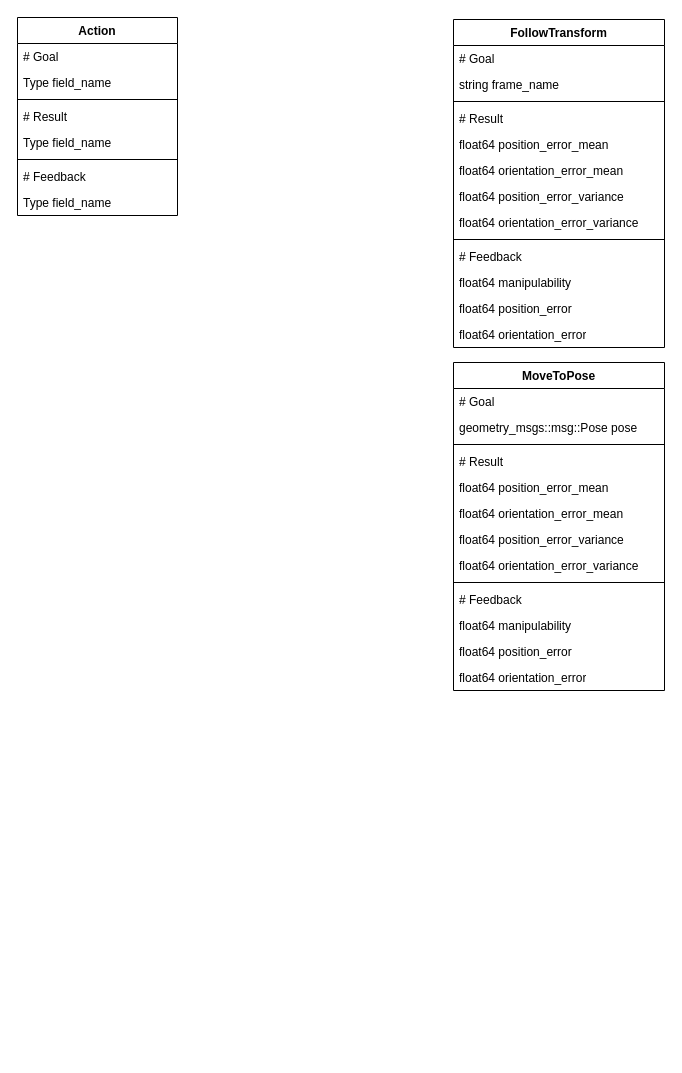
Before: Actions.drawio in Woolfrey/interface_serial_link, a draw.io diagram. Source tidied: cells renumbered, new cells numbered last; positions are measured from the earlier drawing's top-left corner, leaving out a move shared by most shapes. Both pictures are drawn from the tidied source at 100%, with x=0, y=0 at pixel (17, 17).
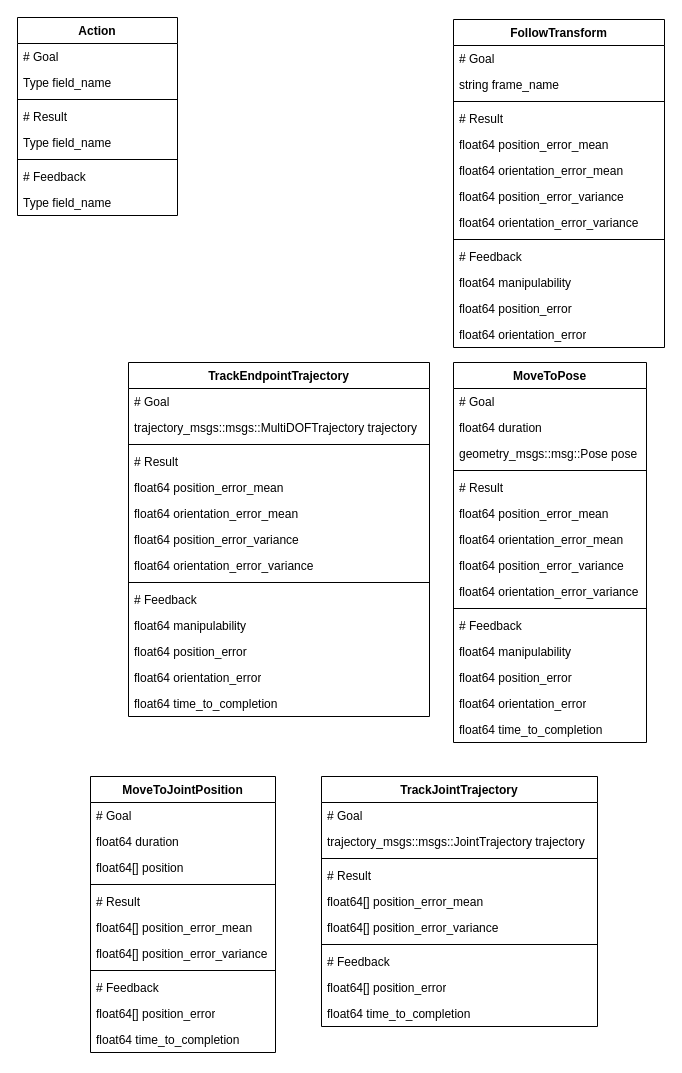
The same page after the edit.

Diff of the diagram source:
```diff
@@
     <mxCell id="25" value="MoveToPose" style="swimlane;fontStyle=1;align=center;verticalAlign=top;horizontal=1;startSize=26;whiteSpace=wrap;html=1;" parent="1" vertex="1">
-      <mxGeometry x="436" y="345" width="211" height="328" as="geometry" />
+      <mxGeometry x="436" y="345" width="193" height="380" as="geometry" />
     </mxCell>
     <mxCell id="26" value="&lt;div&gt;# Goal&lt;/div&gt;" style="text;strokeColor=none;fillColor=none;align=left;verticalAlign=top;spacingLeft=4;spacingRight=4;overflow=hidden;whiteSpace=wrap;html=1;" parent="25" vertex="1">
-      <mxGeometry y="26" width="211" height="26" as="geometry" />
+      <mxGeometry y="26" width="193" height="26" as="geometry" />
     </mxCell>
+    <mxCell id="39" value="float64 duration" style="text;strokeColor=none;fillColor=none;align=left;verticalAlign=top;spacingLeft=4;spacingRight=4;overflow=hidden;whiteSpace=wrap;html=1;" parent="25" vertex="1">
+      <mxGeometry y="52" width="193" height="26" as="geometry" />
+    </mxCell>
     <mxCell id="27" value="geometry_msgs::msg::Pose pose" style="text;strokeColor=none;fillColor=none;align=left;verticalAlign=top;spacingLeft=4;spacingRight=4;overflow=hidden;whiteSpace=wrap;html=1;" parent="25" vertex="1">
-      <mxGeometry y="52" width="211" height="26" as="geometry" />
+      <mxGeometry y="78" width="193" height="26" as="geometry" />
     </mxCell>
     <mxCell id="28" style="line;strokeWidth=1;fillColor=none;align=left;verticalAlign=middle;spacingTop=-1;spacingLeft=3;spacingRight=3;labelPosition=right;strokeColor=inherit;" parent="25" vertex="1">
-      <mxGeometry y="78" width="211" height="8" as="geometry" />
+      <mxGeometry y="104" width="193" height="8" as="geometry" />
     </mxCell>
     <mxCell id="29" value="# Result" style="text;strokeColor=none;fillColor=none;align=left;verticalAlign=top;spacingLeft=4;spacingRight=4;overflow=hidden;whiteSpace=wrap;html=1;" parent="25" vertex="1">
-      <mxGeometry y="86" width="211" height="26" as="geometry" />
+      <mxGeometry y="112" width="193" height="26" as="geometry" />
     </mxCell>
     <mxCell id="30" value="float64 position_error_mean" style="text;strokeColor=none;fillColor=none;align=left;verticalAlign=top;spacingLeft=4;spacingRight=4;overflow=hidden;whiteSpace=wrap;html=1;" parent="25" vertex="1">
-      <mxGeometry y="112" width="211" height="26" as="geometry" />
+      <mxGeometry y="138" width="193" height="26" as="geometry" />
     </mxCell>
     <mxCell id="31" value="float64 orientation_error_mean" style="text;strokeColor=none;fillColor=none;align=left;verticalAlign=top;spacingLeft=4;spacingRight=4;overflow=hidden;whiteSpace=wrap;html=1;" parent="25" vertex="1">
-      <mxGeometry y="138" width="211" height="26" as="geometry" />
+      <mxGeometry y="164" width="193" height="26" as="geometry" />
     </mxCell>
     <mxCell id="32" value="float64 position_error_variance" style="text;strokeColor=none;fillColor=none;align=left;verticalAlign=top;spacingLeft=4;spacingRight=4;overflow=hidden;whiteSpace=wrap;html=1;" parent="25" vertex="1">
-      <mxGeometry y="164" width="211" height="26" as="geometry" />
+      <mxGeometry y="190" width="193" height="26" as="geometry" />
     </mxCell>
     <mxCell id="33" value="float64 orientation_error_variance" style="text;strokeColor=none;fillColor=none;align=left;verticalAlign=top;spacingLeft=4;spacingRight=4;overflow=hidden;whiteSpace=wrap;html=1;" parent="25" vertex="1">
-      <mxGeometry y="190" width="211" height="26" as="geometry" />
+      <mxGeometry y="216" width="193" height="26" as="geometry" />
     </mxCell>
     <mxCell id="34" style="line;strokeWidth=1;fillColor=none;align=left;verticalAlign=middle;spacingTop=-1;spacingLeft=3;spacingRight=3;labelPosition=right;strokeColor=inherit;" parent="25" vertex="1">
-      <mxGeometry y="216" width="211" height="8" as="geometry" />
+      <mxGeometry y="242" width="193" height="8" as="geometry" />
     </mxCell>
     <mxCell id="35" value="# Feedback" style="text;strokeColor=none;fillColor=none;align=left;verticalAlign=top;spacingLeft=4;spacingRight=4;overflow=hidden;whiteSpace=wrap;html=1;" parent="25" vertex="1">
-      <mxGeometry y="224" width="211" height="26" as="geometry" />
+      <mxGeometry y="250" width="193" height="26" as="geometry" />
     </mxCell>
     <mxCell id="36" value="float64 manipulability" style="text;strokeColor=none;fillColor=none;align=left;verticalAlign=top;spacingLeft=4;spacingRight=4;overflow=hidden;whiteSpace=wrap;html=1;" parent="25" vertex="1">
-      <mxGeometry y="250" width="211" height="26" as="geometry" />
+      <mxGeometry y="276" width="193" height="26" as="geometry" />
     </mxCell>
     <mxCell id="37" value="float64 position_error" style="text;strokeColor=none;fillColor=none;align=left;verticalAlign=top;spacingLeft=4;spacingRight=4;overflow=hidden;whiteSpace=wrap;html=1;" parent="25" vertex="1">
-      <mxGeometry y="276" width="211" height="26" as="geometry" />
+      <mxGeometry y="302" width="193" height="26" as="geometry" />
     </mxCell>
     <mxCell id="38" value="float64 orientation_error" style="text;strokeColor=none;fillColor=none;align=left;verticalAlign=top;spacingLeft=4;spacingRight=4;overflow=hidden;whiteSpace=wrap;html=1;" parent="25" vertex="1">
-      <mxGeometry y="302" width="211" height="26" as="geometry" />
+      <mxGeometry y="328" width="193" height="26" as="geometry" />
     </mxCell>
+    <mxCell id="40" value="float64 time_to_completion" style="text;strokeColor=none;fillColor=none;align=left;verticalAlign=top;spacingLeft=4;spacingRight=4;overflow=hidden;whiteSpace=wrap;html=1;" parent="25" vertex="1">
+      <mxGeometry y="354" width="193" height="26" as="geometry" />
+    </mxCell>
+    <mxCell id="41" value="TrackEndpointTrajectory" style="swimlane;fontStyle=1;align=center;verticalAlign=top;horizontal=1;startSize=26;whiteSpace=wrap;html=1;" parent="1" vertex="1">
+      <mxGeometry x="111" y="345" width="301" height="354" as="geometry" />
+    </mxCell>
+    <mxCell id="42" value="&lt;div&gt;# Goal&lt;/div&gt;" style="text;strokeColor=none;fillColor=none;align=left;verticalAlign=top;spacingLeft=4;spacingRight=4;overflow=hidden;whiteSpace=wrap;html=1;" parent="41" vertex="1">
+      <mxGeometry y="26" width="301" height="26" as="geometry" />
+    </mxCell>
+    <mxCell id="43" value="trajectory_msgs::msgs::MultiDOFTrajectory trajectory" style="text;strokeColor=none;fillColor=none;align=left;verticalAlign=top;spacingLeft=4;spacingRight=4;overflow=hidden;whiteSpace=wrap;html=1;" parent="41" vertex="1">
+      <mxGeometry y="52" width="301" height="26" as="geometry" />
+    </mxCell>
+    <mxCell id="44" style="line;strokeWidth=1;fillColor=none;align=left;verticalAlign=middle;spacingTop=-1;spacingLeft=3;spacingRight=3;labelPosition=right;strokeColor=inherit;" parent="41" vertex="1">
+      <mxGeometry y="78" width="301" height="8" as="geometry" />
+    </mxCell>
+    <mxCell id="45" value="# Result" style="text;strokeColor=none;fillColor=none;align=left;verticalAlign=top;spacingLeft=4;spacingRight=4;overflow=hidden;whiteSpace=wrap;html=1;" parent="41" vertex="1">
+      <mxGeometry y="86" width="301" height="26" as="geometry" />
+    </mxCell>
+    <mxCell id="46" value="float64 position_error_mean" style="text;strokeColor=none;fillColor=none;align=left;verticalAlign=top;spacingLeft=4;spacingRight=4;overflow=hidden;whiteSpace=wrap;html=1;" parent="41" vertex="1">
+      <mxGeometry y="112" width="301" height="26" as="geometry" />
+    </mxCell>
+    <mxCell id="47" value="float64 orientation_error_mean" style="text;strokeColor=none;fillColor=none;align=left;verticalAlign=top;spacingLeft=4;spacingRight=4;overflow=hidden;whiteSpace=wrap;html=1;" parent="41" vertex="1">
+      <mxGeometry y="138" width="301" height="26" as="geometry" />
+    </mxCell>
+    <mxCell id="48" value="float64 position_error_variance" style="text;strokeColor=none;fillColor=none;align=left;verticalAlign=top;spacingLeft=4;spacingRight=4;overflow=hidden;whiteSpace=wrap;html=1;" parent="41" vertex="1">
+      <mxGeometry y="164" width="301" height="26" as="geometry" />
+    </mxCell>
+    <mxCell id="49" value="float64 orientation_error_variance" style="text;strokeColor=none;fillColor=none;align=left;verticalAlign=top;spacingLeft=4;spacingRight=4;overflow=hidden;whiteSpace=wrap;html=1;" parent="41" vertex="1">
+      <mxGeometry y="190" width="301" height="26" as="geometry" />
+    </mxCell>
+    <mxCell id="50" style="line;strokeWidth=1;fillColor=none;align=left;verticalAlign=middle;spacingTop=-1;spacingLeft=3;spacingRight=3;labelPosition=right;strokeColor=inherit;" parent="41" vertex="1">
+      <mxGeometry y="216" width="301" height="8" as="geometry" />
+    </mxCell>
+    <mxCell id="51" value="# Feedback" style="text;strokeColor=none;fillColor=none;align=left;verticalAlign=top;spacingLeft=4;spacingRight=4;overflow=hidden;whiteSpace=wrap;html=1;" parent="41" vertex="1">
+      <mxGeometry y="224" width="301" height="26" as="geometry" />
+    </mxCell>
+    <mxCell id="52" value="float64 manipulability" style="text;strokeColor=none;fillColor=none;align=left;verticalAlign=top;spacingLeft=4;spacingRight=4;overflow=hidden;whiteSpace=wrap;html=1;" parent="41" vertex="1">
+      <mxGeometry y="250" width="301" height="26" as="geometry" />
+    </mxCell>
+    <mxCell id="53" value="float64 position_error" style="text;strokeColor=none;fillColor=none;align=left;verticalAlign=top;spacingLeft=4;spacingRight=4;overflow=hidden;whiteSpace=wrap;html=1;" parent="41" vertex="1">
+      <mxGeometry y="276" width="301" height="26" as="geometry" />
+    </mxCell>
+    <mxCell id="54" value="float64 orientation_error" style="text;strokeColor=none;fillColor=none;align=left;verticalAlign=top;spacingLeft=4;spacingRight=4;overflow=hidden;whiteSpace=wrap;html=1;" parent="41" vertex="1">
+      <mxGeometry y="302" width="301" height="26" as="geometry" />
+    </mxCell>
+    <mxCell id="55" value="float64 time_to_completion" style="text;strokeColor=none;fillColor=none;align=left;verticalAlign=top;spacingLeft=4;spacingRight=4;overflow=hidden;whiteSpace=wrap;html=1;" parent="41" vertex="1">
+      <mxGeometry y="328" width="301" height="26" as="geometry" />
+    </mxCell>
+    <mxCell id="56" value="MoveToJointPosition" style="swimlane;fontStyle=1;align=center;verticalAlign=top;horizontal=1;startSize=26;whiteSpace=wrap;html=1;" parent="1" vertex="1">
+      <mxGeometry x="73" y="759" width="185" height="276" as="geometry" />
+    </mxCell>
+    <mxCell id="57" value="&lt;div&gt;# Goal&lt;/div&gt;" style="text;strokeColor=none;fillColor=none;align=left;verticalAlign=top;spacingLeft=4;spacingRight=4;overflow=hidden;whiteSpace=wrap;html=1;" parent="56" vertex="1">
+      <mxGeometry y="26" width="185" height="26" as="geometry" />
+    </mxCell>
+    <mxCell id="58" value="float64 duration" style="text;strokeColor=none;fillColor=none;align=left;verticalAlign=top;spacingLeft=4;spacingRight=4;overflow=hidden;whiteSpace=wrap;html=1;" parent="56" vertex="1">
+      <mxGeometry y="52" width="185" height="26" as="geometry" />
+    </mxCell>
+    <mxCell id="59" value="float64[] position" style="text;strokeColor=none;fillColor=none;align=left;verticalAlign=top;spacingLeft=4;spacingRight=4;overflow=hidden;whiteSpace=wrap;html=1;" parent="56" vertex="1">
+      <mxGeometry y="78" width="185" height="26" as="geometry" />
+    </mxCell>
+    <mxCell id="60" style="line;strokeWidth=1;fillColor=none;align=left;verticalAlign=middle;spacingTop=-1;spacingLeft=3;spacingRight=3;labelPosition=right;strokeColor=inherit;" parent="56" vertex="1">
+      <mxGeometry y="104" width="185" height="8" as="geometry" />
+    </mxCell>
+    <mxCell id="61" value="# Result" style="text;strokeColor=none;fillColor=none;align=left;verticalAlign=top;spacingLeft=4;spacingRight=4;overflow=hidden;whiteSpace=wrap;html=1;" parent="56" vertex="1">
+      <mxGeometry y="112" width="185" height="26" as="geometry" />
+    </mxCell>
+    <mxCell id="62" value="float64[] position_error_mean" style="text;strokeColor=none;fillColor=none;align=left;verticalAlign=top;spacingLeft=4;spacingRight=4;overflow=hidden;whiteSpace=wrap;html=1;" parent="56" vertex="1">
+      <mxGeometry y="138" width="185" height="26" as="geometry" />
+    </mxCell>
+    <mxCell id="63" value="float64[] position_error_variance" style="text;strokeColor=none;fillColor=none;align=left;verticalAlign=top;spacingLeft=4;spacingRight=4;overflow=hidden;whiteSpace=wrap;html=1;" parent="56" vertex="1">
+      <mxGeometry y="164" width="185" height="26" as="geometry" />
+    </mxCell>
+    <mxCell id="64" style="line;strokeWidth=1;fillColor=none;align=left;verticalAlign=middle;spacingTop=-1;spacingLeft=3;spacingRight=3;labelPosition=right;strokeColor=inherit;" parent="56" vertex="1">
+      <mxGeometry y="190" width="185" height="8" as="geometry" />
+    </mxCell>
+    <mxCell id="65" value="# Feedback" style="text;strokeColor=none;fillColor=none;align=left;verticalAlign=top;spacingLeft=4;spacingRight=4;overflow=hidden;whiteSpace=wrap;html=1;" parent="56" vertex="1">
+      <mxGeometry y="198" width="185" height="26" as="geometry" />
+    </mxCell>
+    <mxCell id="66" value="float64[] position_error" style="text;strokeColor=none;fillColor=none;align=left;verticalAlign=top;spacingLeft=4;spacingRight=4;overflow=hidden;whiteSpace=wrap;html=1;" parent="56" vertex="1">
+      <mxGeometry y="224" width="185" height="26" as="geometry" />
+    </mxCell>
+    <mxCell id="67" value="float64 time_to_completion" style="text;strokeColor=none;fillColor=none;align=left;verticalAlign=top;spacingLeft=4;spacingRight=4;overflow=hidden;whiteSpace=wrap;html=1;" parent="56" vertex="1">
+      <mxGeometry y="250" width="185" height="26" as="geometry" />
+    </mxCell>
+    <mxCell id="68" value="TrackJointTrajectory" style="swimlane;fontStyle=1;align=center;verticalAlign=top;horizontal=1;startSize=26;whiteSpace=wrap;html=1;" parent="1" vertex="1">
+      <mxGeometry x="304" y="759" width="276" height="250" as="geometry" />
+    </mxCell>
+    <mxCell id="69" value="&lt;div&gt;# Goal&lt;/div&gt;" style="text;strokeColor=none;fillColor=none;align=left;verticalAlign=top;spacingLeft=4;spacingRight=4;overflow=hidden;whiteSpace=wrap;html=1;" parent="68" vertex="1">
+      <mxGeometry y="26" width="276" height="26" as="geometry" />
+    </mxCell>
+    <mxCell id="70" value="trajectory_msgs::msgs::JointTrajectory trajectory" style="text;strokeColor=none;fillColor=none;align=left;verticalAlign=top;spacingLeft=4;spacingRight=4;overflow=hidden;whiteSpace=wrap;html=1;" parent="68" vertex="1">
+      <mxGeometry y="52" width="276" height="26" as="geometry" />
+    </mxCell>
+    <mxCell id="71" style="line;strokeWidth=1;fillColor=none;align=left;verticalAlign=middle;spacingTop=-1;spacingLeft=3;spacingRight=3;labelPosition=right;strokeColor=inherit;" parent="68" vertex="1">
+      <mxGeometry y="78" width="276" height="8" as="geometry" />
+    </mxCell>
+    <mxCell id="72" value="# Result" style="text;strokeColor=none;fillColor=none;align=left;verticalAlign=top;spacingLeft=4;spacingRight=4;overflow=hidden;whiteSpace=wrap;html=1;" parent="68" vertex="1">
+      <mxGeometry y="86" width="276" height="26" as="geometry" />
+    </mxCell>
+    <mxCell id="73" value="float64[] position_error_mean" style="text;strokeColor=none;fillColor=none;align=left;verticalAlign=top;spacingLeft=4;spacingRight=4;overflow=hidden;whiteSpace=wrap;html=1;" parent="68" vertex="1">
+      <mxGeometry y="112" width="276" height="26" as="geometry" />
+    </mxCell>
+    <mxCell id="74" value="float64[] position_error_variance" style="text;strokeColor=none;fillColor=none;align=left;verticalAlign=top;spacingLeft=4;spacingRight=4;overflow=hidden;whiteSpace=wrap;html=1;" parent="68" vertex="1">
+      <mxGeometry y="138" width="276" height="26" as="geometry" />
+    </mxCell>
+    <mxCell id="75" style="line;strokeWidth=1;fillColor=none;align=left;verticalAlign=middle;spacingTop=-1;spacingLeft=3;spacingRight=3;labelPosition=right;strokeColor=inherit;" parent="68" vertex="1">
+      <mxGeometry y="164" width="276" height="8" as="geometry" />
+    </mxCell>
+    <mxCell id="76" value="# Feedback" style="text;strokeColor=none;fillColor=none;align=left;verticalAlign=top;spacingLeft=4;spacingRight=4;overflow=hidden;whiteSpace=wrap;html=1;" parent="68" vertex="1">
+      <mxGeometry y="172" width="276" height="26" as="geometry" />
+    </mxCell>
+    <mxCell id="77" value="float64[] position_error" style="text;strokeColor=none;fillColor=none;align=left;verticalAlign=top;spacingLeft=4;spacingRight=4;overflow=hidden;whiteSpace=wrap;html=1;" parent="68" vertex="1">
+      <mxGeometry y="198" width="276" height="26" as="geometry" />
+    </mxCell>
+    <mxCell id="78" value="float64 time_to_completion" style="text;strokeColor=none;fillColor=none;align=left;verticalAlign=top;spacingLeft=4;spacingRight=4;overflow=hidden;whiteSpace=wrap;html=1;" parent="68" vertex="1">
+      <mxGeometry y="224" width="276" height="26" as="geometry" />
+    </mxCell>
```
